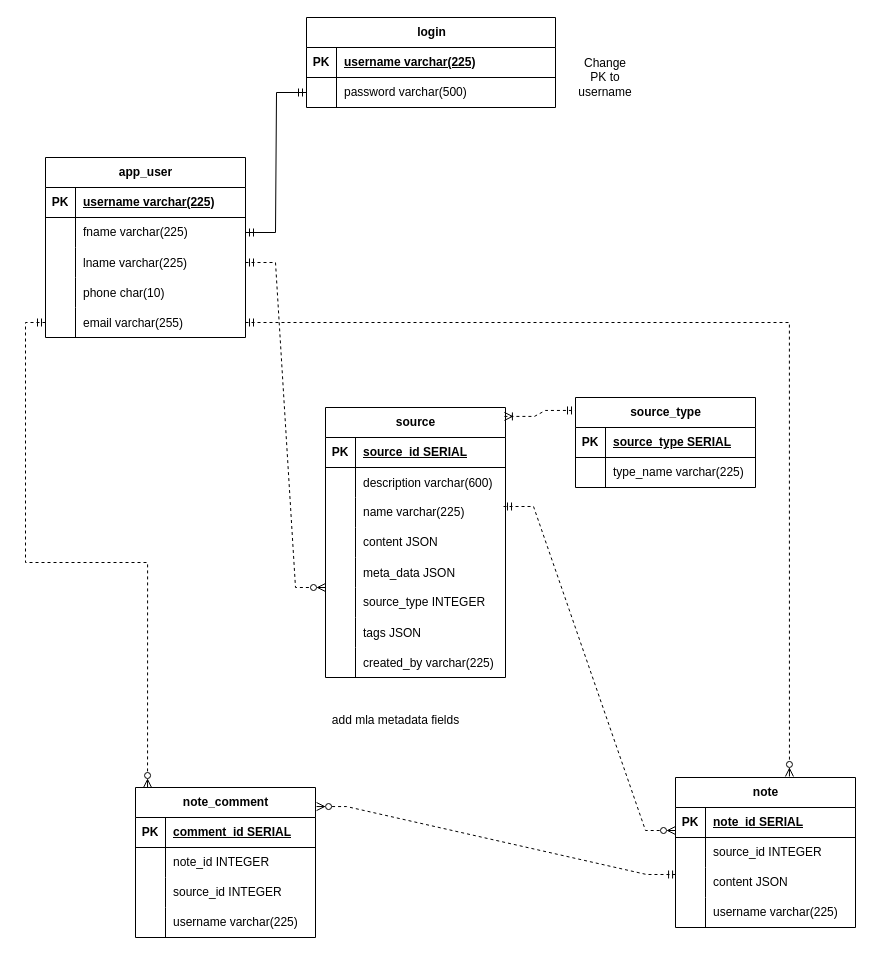
Above: documentation/db_ER_diagram/CapstoneDB.drawio in Cwill124/Group3Spring2024Capstone (draw.io), before the change. Source tidied: cells renumbered, new cells numbered last; positions are measured from the earlier drawing's top-left corner, leaving out a move shared by most shapes. Both pictures are drawn from the tidied source at 100%, with x=0, y=0 at pixel (45, 17).
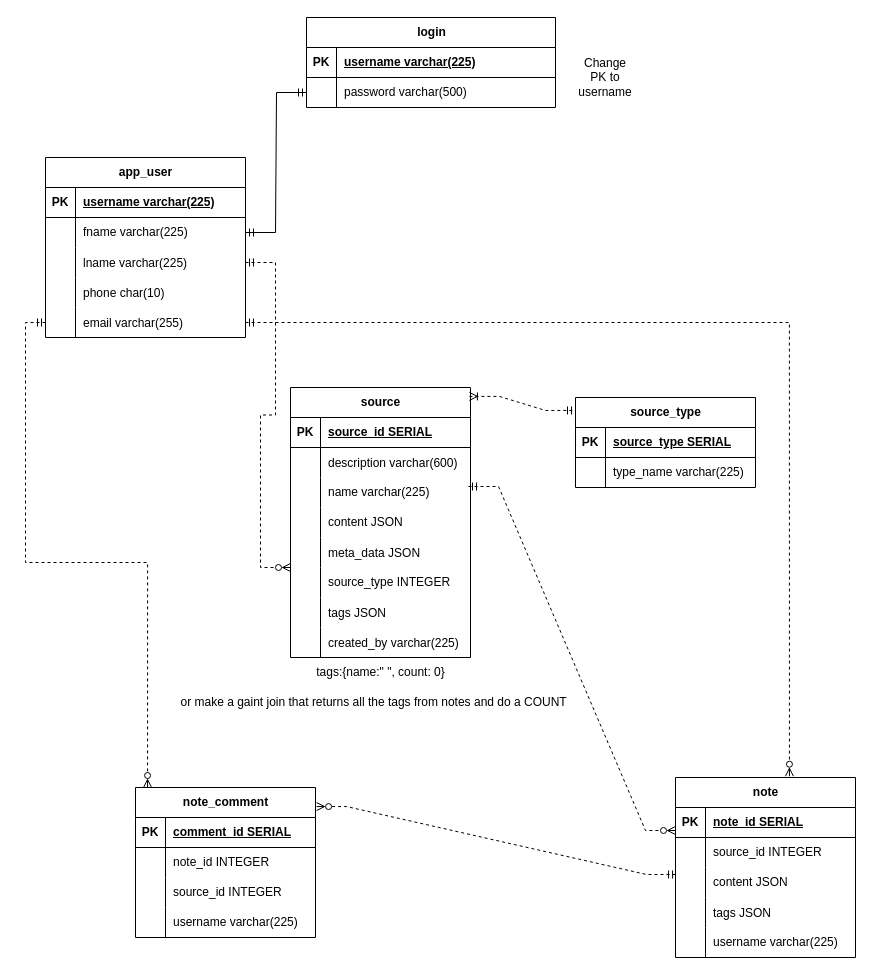
The same diagram, later.

Commit message (it also covers changes not shown here):
new backlog and updated wireframes

What changed in the source:
```diff
@@
     <mxCell id="25" value="source" style="shape=table;startSize=30;childLayout=tableLayout;rowLines=0;fontStyle=1;align=center;html=1;" parent="1" vertex="1">
-      <mxGeometry x="280" y="390" width="180" height="270" as="geometry" />
+      <mxGeometry x="245" y="370" width="180" height="270" as="geometry" />
     </mxCell>
@@
     <mxCell id="57" value="note" style="shape=table;startSize=30;childLayout=tableLayout;rowLines=0;fontStyle=1;align=center;html=1;" parent="1" vertex="1">
-      <mxGeometry x="630" y="760" width="180" height="150" as="geometry" />
+      <mxGeometry x="630" y="760" width="180" height="180" as="geometry" />
     </mxCell>
@@
+    <mxCell id="92" style="shape=tableRow;horizontal=0;startSize=0;swimlaneHead=0;swimlaneBody=0;fillColor=none;top=0;left=0;right=0;bottom=0;" parent="57" vertex="1">
+      <mxGeometry y="120" width="180" height="30" as="geometry" />
+    </mxCell>
+    <mxCell id="93" style="shape=partialRectangle;fillColor=none;top=0;left=0;bottom=0;right=0;overflow=hidden;" parent="92" vertex="1">
+      <mxGeometry width="30" height="30" as="geometry" />
+    </mxCell>
+    <mxCell id="94" value="tags JSON" style="shape=partialRectangle;fillColor=none;top=0;left=0;bottom=0;right=0;align=left;spacingLeft=6;overflow=hidden;" parent="92" vertex="1">
+      <mxGeometry x="30" width="150" height="30" as="geometry" />
+    </mxCell>
     <mxCell id="67" style="shape=tableRow;horizontal=0;startSize=0;swimlaneHead=0;swimlaneBody=0;fillColor=none;top=0;left=0;right=0;bottom=0;" parent="57" vertex="1">
-      <mxGeometry y="120" width="180" height="30" as="geometry" />
+      <mxGeometry y="150" width="180" height="30" as="geometry" />
     </mxCell>
@@
-    <mxCell id="91" value="add mla metadata fields&lt;br&gt;" style="text;html=1;align=center;verticalAlign=middle;strokeColor=none;fillColor=none;" parent="1" vertex="1">
-      <mxGeometry x="275" y="688" width="150" height="30" as="geometry" />
-    </mxCell>
+    <mxCell id="95" value="tags:{name:&quot; &quot;, count: 0}" style="text;html=1;align=center;verticalAlign=middle;strokeColor=none;fillColor=none;" parent="1" vertex="1">
+      <mxGeometry x="260" y="640" width="150" height="30" as="geometry" />
+    </mxCell>
+    <mxCell id="96" value="or make a gaint join that returns all the tags from notes and do a COUNT&lt;span style=&quot;white-space: pre;&quot;&gt;&#9;&lt;/span&gt;" style="text;html=1;align=center;verticalAlign=middle;strokeColor=none;fillColor=none;" parent="1" vertex="1">
+      <mxGeometry x="125" y="670" width="420" height="30" as="geometry" />
+    </mxCell>
```
